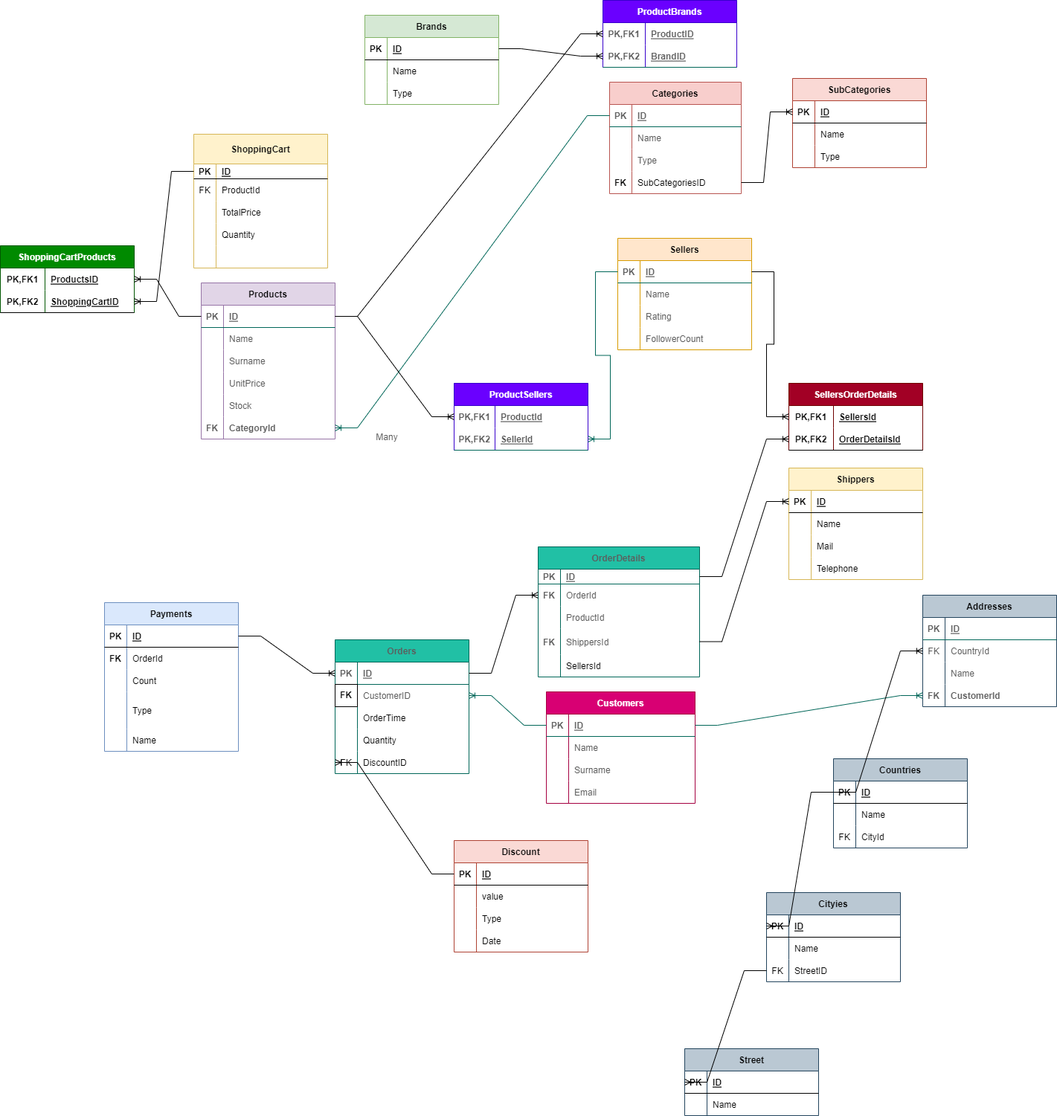
The draw.io diagram Untitled Diagram.drawio (1).drawio.png in Sedatkus/ma-n, before a commit. Source tidied: cells renumbered, new cells last; positions are measured from the earlier drawing's top-left corner, leaving out a move shared by most shapes.
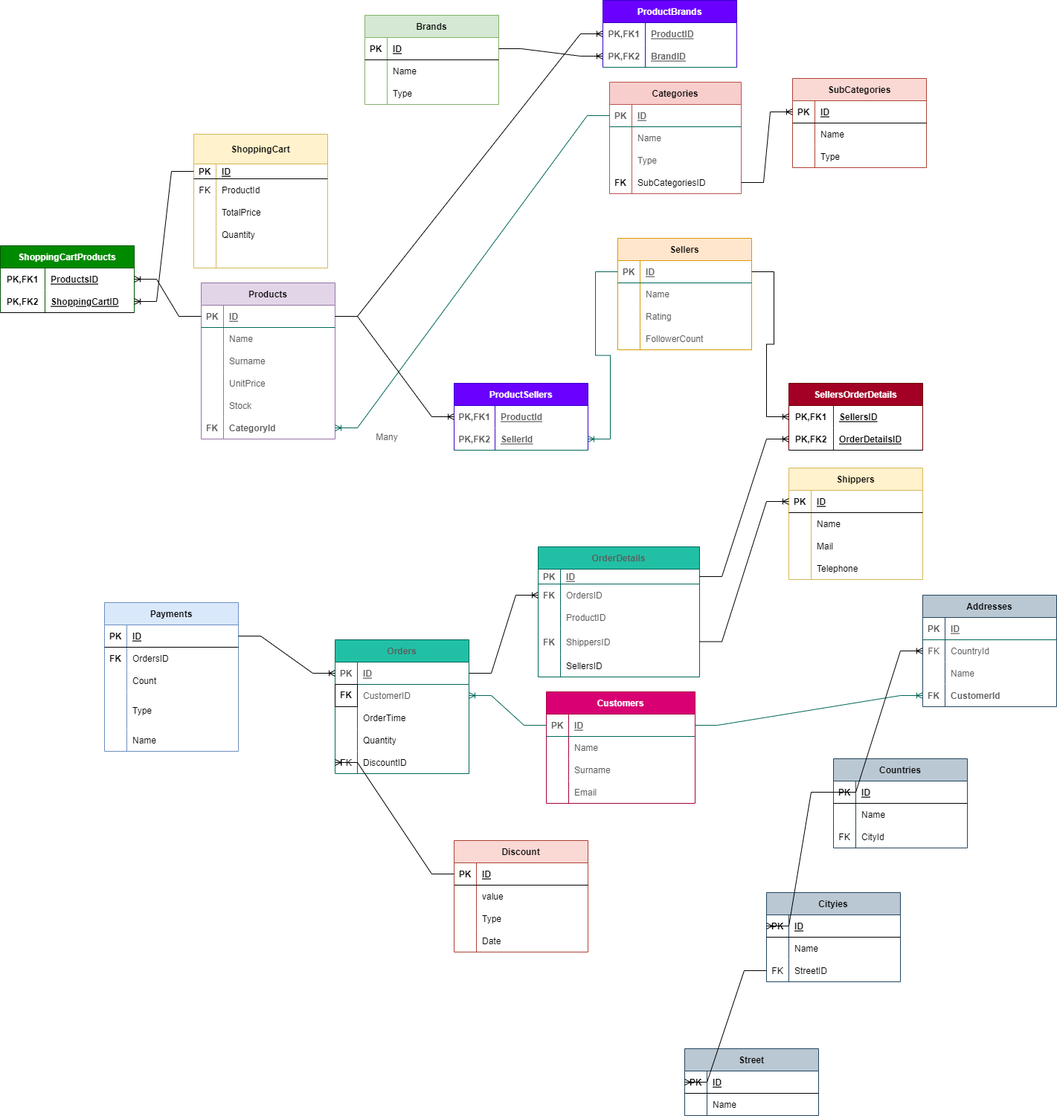
After the change.

The edit, as a diff of the source:
```diff
@@ -314,7 +314,7 @@
     <mxCell id="105" value="FK" style="shape=partialRectangle;fillColor=none;top=0;left=0;bottom=0;right=0;overflow=hidden;strokeColor=#006658;fontColor=#5C5C5C;fontStyle=1;" parent="104" vertex="1">
       <mxGeometry width="30" height="30" as="geometry" />
     </mxCell>
-    <mxCell id="106" value="OrderId" style="shape=partialRectangle;fillColor=none;top=0;left=0;bottom=0;right=0;align=left;spacingLeft=6;overflow=hidden;strokeColor=#006658;fontColor=#5C5C5C;" parent="104" vertex="1">
+    <mxCell id="106" value="OrdersID" style="shape=partialRectangle;fillColor=none;top=0;left=0;bottom=0;right=0;align=left;spacingLeft=6;overflow=hidden;strokeColor=#006658;fontColor=#5C5C5C;" parent="104" vertex="1">
       <mxGeometry x="30" width="187" height="30" as="geometry" />
     </mxCell>
     <mxCell id="107" style="shape=tableRow;horizontal=0;startSize=0;swimlaneHead=0;swimlaneBody=0;fillColor=none;top=0;left=0;right=0;bottom=0;strokeColor=#006658;fontColor=#5C5C5C;" parent="100" vertex="1">
@@ -323,7 +323,7 @@
     <mxCell id="108" style="shape=partialRectangle;fillColor=none;top=0;left=0;bottom=0;right=0;overflow=hidden;strokeColor=#006658;fontColor=#5C5C5C;" parent="107" vertex="1">
       <mxGeometry width="30" height="30" as="geometry" />
     </mxCell>
-    <mxCell id="109" value="ProductId" style="shape=partialRectangle;fillColor=none;top=0;left=0;bottom=0;right=0;align=left;spacingLeft=6;overflow=hidden;strokeColor=#006658;fontColor=#5C5C5C;" parent="107" vertex="1">
+    <mxCell id="109" value="ProductID" style="shape=partialRectangle;fillColor=none;top=0;left=0;bottom=0;right=0;align=left;spacingLeft=6;overflow=hidden;strokeColor=#006658;fontColor=#5C5C5C;" parent="107" vertex="1">
       <mxGeometry x="30" width="187" height="30" as="geometry" />
     </mxCell>
     <mxCell id="110" style="shape=tableRow;horizontal=0;startSize=0;swimlaneHead=0;swimlaneBody=0;fillColor=none;points=[[0,0.5],[1,0.5]];portConstraint=eastwest;top=0;left=0;right=0;bottom=0;strokeColor=#006658;fontColor=#5C5C5C;" parent="100" vertex="1">
@@ -332,7 +332,7 @@
     <mxCell id="111" value="FK" style="shape=partialRectangle;fillColor=none;top=0;left=0;bottom=0;right=0;overflow=hidden;strokeColor=#006658;fontColor=#5C5C5C;fontStyle=1;" parent="110" vertex="1">
       <mxGeometry width="30" height="35" as="geometry" />
     </mxCell>
-    <mxCell id="112" value="ShippersId" style="shape=partialRectangle;fillColor=none;top=0;left=0;bottom=0;right=0;align=left;spacingLeft=6;overflow=hidden;strokeColor=#006658;fontColor=#5C5C5C;" parent="110" vertex="1">
+    <mxCell id="112" value="ShippersID" style="shape=partialRectangle;fillColor=none;top=0;left=0;bottom=0;right=0;align=left;spacingLeft=6;overflow=hidden;strokeColor=#006658;fontColor=#5C5C5C;" parent="110" vertex="1">
       <mxGeometry x="30" width="187" height="35" as="geometry" />
     </mxCell>
     <mxCell id="113" style="shape=tableRow;horizontal=0;startSize=0;swimlaneHead=0;swimlaneBody=0;fillColor=none;top=0;left=0;right=0;bottom=0;" parent="100" vertex="1">
@@ -341,7 +341,7 @@
     <mxCell id="114" style="shape=partialRectangle;fillColor=none;top=0;left=0;bottom=0;right=0;fontStyle=0;overflow=hidden;" parent="113" vertex="1">
       <mxGeometry width="30" height="30" as="geometry" />
     </mxCell>
-    <mxCell id="115" value="SellersId" style="shape=partialRectangle;fillColor=none;top=0;left=0;bottom=0;right=0;align=left;spacingLeft=6;fontStyle=0;overflow=hidden;" parent="113" vertex="1">
+    <mxCell id="115" value="SellersID" style="shape=partialRectangle;fillColor=none;top=0;left=0;bottom=0;right=0;align=left;spacingLeft=6;fontStyle=0;overflow=hidden;" parent="113" vertex="1">
       <mxGeometry x="30" width="187" height="30" as="geometry" />
     </mxCell>
     <mxCell id="116" style="edgeStyle=entityRelationEdgeStyle;fontSize=12;html=1;endArrow=ERoneToMany;rounded=0;strokeColor=#006658;fontColor=#5C5C5C;fillColor=#21C0A5;entryX=1;entryY=0.5;entryDx=0;entryDy=0;exitX=0;exitY=0.5;exitDx=0;exitDy=0;" parent="1" edge="1" source="37" target="88">
@@ -374,7 +374,7 @@
     <mxCell id="124" value="FK" style="shape=partialRectangle;fillColor=none;top=0;left=0;bottom=0;right=0;overflow=hidden;fontStyle=1;" parent="123" vertex="1">
       <mxGeometry width="30" height="30" as="geometry" />
     </mxCell>
-    <mxCell id="125" value="OrderId" style="shape=partialRectangle;fillColor=none;top=0;left=0;bottom=0;right=0;align=left;spacingLeft=6;overflow=hidden;" parent="123" vertex="1">
+    <mxCell id="125" value="OrdersID" style="shape=partialRectangle;fillColor=none;top=0;left=0;bottom=0;right=0;align=left;spacingLeft=6;overflow=hidden;" parent="123" vertex="1">
       <mxGeometry x="30" width="150" height="30" as="geometry" />
     </mxCell>
     <mxCell id="126" style="shape=tableRow;horizontal=0;startSize=0;swimlaneHead=0;swimlaneBody=0;fillColor=none;top=0;left=0;right=0;bottom=0;" parent="119" vertex="1">
@@ -695,7 +695,7 @@
     <mxCell id="231" value="PK,FK1" style="shape=partialRectangle;fillColor=none;top=0;left=0;bottom=0;right=0;fontStyle=1;overflow=hidden;" parent="230" vertex="1">
       <mxGeometry width="60" height="30" as="geometry" />
     </mxCell>
-    <mxCell id="232" value="SellersId" style="shape=partialRectangle;fillColor=none;top=0;left=0;bottom=0;right=0;align=left;spacingLeft=6;fontStyle=5;overflow=hidden;" parent="230" vertex="1">
+    <mxCell id="232" value="SellersID" style="shape=partialRectangle;fillColor=none;top=0;left=0;bottom=0;right=0;align=left;spacingLeft=6;fontStyle=5;overflow=hidden;" parent="230" vertex="1">
       <mxGeometry x="60" width="120" height="30" as="geometry" />
     </mxCell>
     <mxCell id="233" style="shape=tableRow;horizontal=0;startSize=0;swimlaneHead=0;swimlaneBody=0;fillColor=none;points=[[0,0.5],[1,0.5]];portConstraint=eastwest;top=0;left=0;right=0;bottom=1;" parent="229" vertex="1">
@@ -704,7 +704,7 @@
     <mxCell id="234" value="PK,FK2" style="shape=partialRectangle;fillColor=none;top=0;left=0;bottom=0;right=0;fontStyle=1;overflow=hidden;" parent="233" vertex="1">
       <mxGeometry width="60" height="30" as="geometry" />
     </mxCell>
-    <mxCell id="235" value="OrderDetailsId" style="shape=partialRectangle;fillColor=none;top=0;left=0;bottom=0;right=0;align=left;spacingLeft=6;fontStyle=5;overflow=hidden;" parent="233" vertex="1">
+    <mxCell id="235" value="OrderDetailsID" style="shape=partialRectangle;fillColor=none;top=0;left=0;bottom=0;right=0;align=left;spacingLeft=6;fontStyle=5;overflow=hidden;" parent="233" vertex="1">
       <mxGeometry x="60" width="120" height="30" as="geometry" />
     </mxCell>
     <mxCell id="236" value="SubCategories" style="shape=table;startSize=30;rowLines=0;fontStyle=1;align=center;fillColor=#fad9d5;strokeColor=#ae4132;" parent="1" vertex="1">
```
